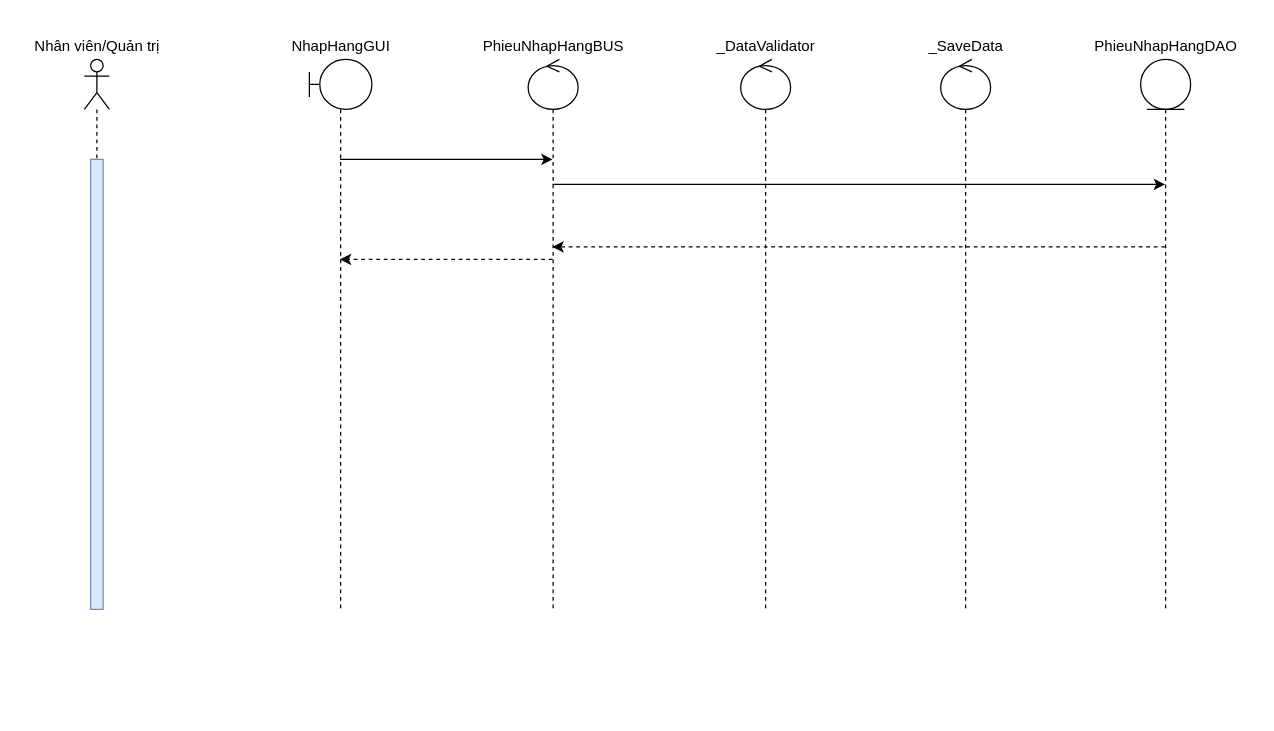
This is Sequence Diagrams/Quang Võ/SD_QuảnLýNhậpHàng.drawio from EdgarIgnite16/OOAD-Project, a draw.io file, before an edit. Source tidied: cells renumbered, new cells numbered last; positions are measured from the earlier drawing's top-left corner, leaving out a move shared by most shapes. Both pictures are drawn from the tidied source at 125%, with x=0, y=0 at pixel (21, 28).
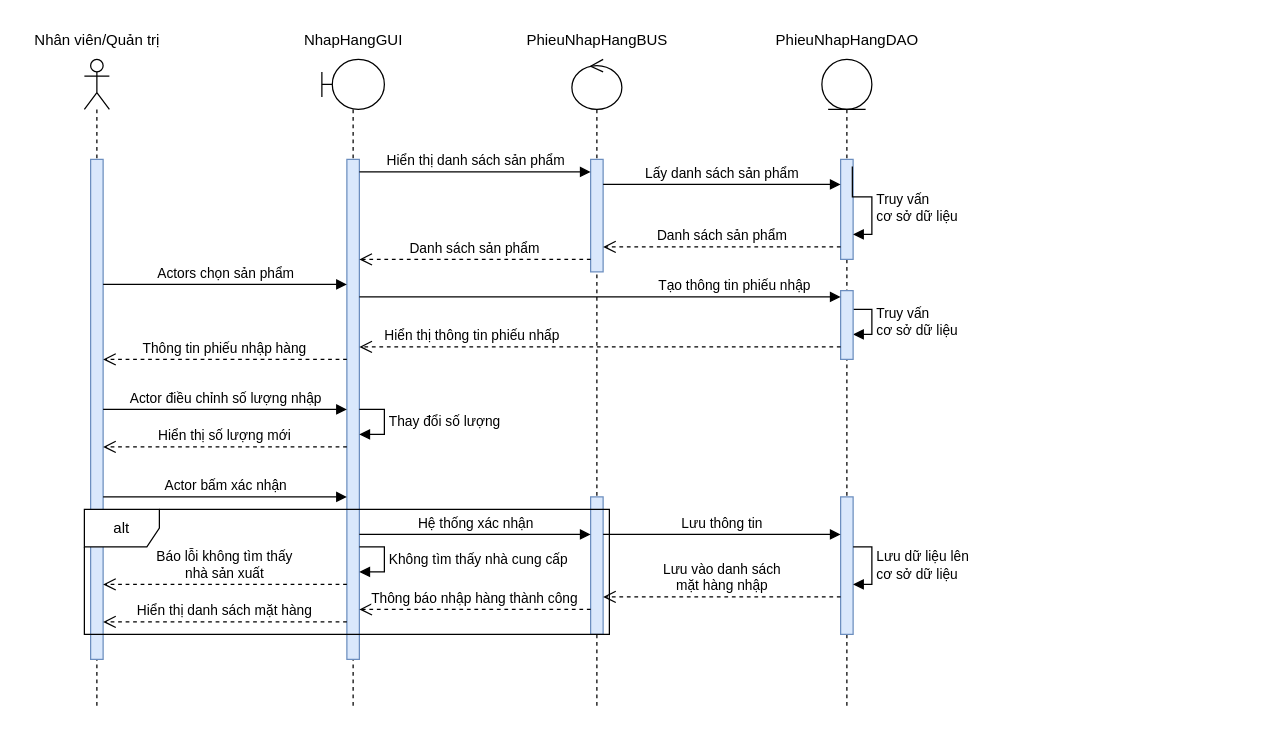
Above is the later version.

Commit message (it also covers changes not shown here):
update phần của the chosen one

Diff of the diagram source:
```diff
@@
     <mxCell id="2" style="shape=umlLifeline;participant=umlActor;perimeter=lifelinePerimeter;whiteSpace=wrap;html=1;verticalAlign=top;spacingTop=36;" parent="1" vertex="1">
-      <mxGeometry x="50" y="25" width="20" height="440" as="geometry" />
+      <mxGeometry x="50" y="25" width="20" height="520" as="geometry" />
     </mxCell>
     <mxCell id="3" style="html=1;points=[];perimeter=orthogonalPerimeter;fillColor=#dae8fc;strokeColor=#6c8ebf;" parent="2" vertex="1">
-      <mxGeometry x="5" y="80" width="10" height="360" as="geometry" />
+      <mxGeometry x="5" y="80" width="10" height="400" as="geometry" />
     </mxCell>
     <mxCell id="4" value="Nhân viên/Quản trị" style="text;html=1;align=center;verticalAlign=middle;strokeColor=none;fillColor=none;" parent="1" vertex="1">
-      <mxGeometry y="5" width="120" height="20" as="geometry" />
+      <mxGeometry width="120" height="20" as="geometry" />
     </mxCell>
     <mxCell id="5" style="shape=umlLifeline;participant=umlBoundary;perimeter=lifelinePerimeter;whiteSpace=wrap;html=1;verticalAlign=top;spacingTop=36;outlineConnect=0;" parent="1" vertex="1">
-      <mxGeometry x="230" y="25" width="50" height="440" as="geometry" />
+      <mxGeometry x="240" y="25" width="50" height="520" as="geometry" />
     </mxCell>
+    <mxCell id="19" style="html=1;points=[];perimeter=orthogonalPerimeter;fillColor=#dae8fc;strokeColor=#6c8ebf;" parent="5" vertex="1">
+      <mxGeometry x="20" y="80" width="10" height="400" as="geometry" />
+    </mxCell>
+    <mxCell id="20" value="Không tìm thấy nhà cung cấp" style="edgeStyle=orthogonalEdgeStyle;html=1;align=left;spacingLeft=2;endArrow=block;rounded=0;" parent="5" edge="1">
+      <mxGeometry relative="1" as="geometry">
+        <mxPoint x="30" y="390" as="sourcePoint" />
+        <mxPoint x="30" y="410" as="targetPoint" />
+        <Array as="points">
+          <mxPoint x="50" y="390" />
+          <mxPoint x="50" y="410" />
+        </Array>
+      </mxGeometry>
+    </mxCell>
+    <mxCell id="21" value="Thay đổi số lượng" style="edgeStyle=orthogonalEdgeStyle;html=1;align=left;spacingLeft=2;endArrow=block;rounded=0;" parent="5" edge="1" source="19" target="19">
+      <mxGeometry relative="1" as="geometry">
+        <Array as="points">
+          <mxPoint x="50" y="280" />
+          <mxPoint x="50" y="300" />
+        </Array>
+      </mxGeometry>
+    </mxCell>
     <mxCell id="6" style="shape=umlLifeline;participant=umlControl;perimeter=lifelinePerimeter;whiteSpace=wrap;html=1;verticalAlign=top;spacingTop=36;outlineConnect=0;" parent="1" vertex="1">
-      <mxGeometry x="405" y="25" width="40" height="440" as="geometry" />
+      <mxGeometry x="440" y="25" width="40" height="520" as="geometry" />
     </mxCell>
+    <mxCell id="22" style="html=1;points=[];perimeter=orthogonalPerimeter;fillColor=#dae8fc;strokeColor=#6c8ebf;" parent="6" vertex="1">
+      <mxGeometry x="15" y="80" width="10" height="90" as="geometry" />
+    </mxCell>
+    <mxCell id="23" style="html=1;points=[];perimeter=orthogonalPerimeter;fillColor=#dae8fc;strokeColor=#6c8ebf;" parent="6" vertex="1">
+      <mxGeometry x="15" y="350" width="10" height="110" as="geometry" />
+    </mxCell>
     <mxCell id="7" value="NhapHangGUI" style="text;html=1;align=center;verticalAlign=middle;strokeColor=none;fillColor=none;" parent="1" vertex="1">
-      <mxGeometry x="205" width="100" height="30" as="geometry" />
+      <mxGeometry x="215" y="-5" width="100" height="30" as="geometry" />
     </mxCell>
     <mxCell id="8" value="PhieuNhapHangBUS" style="text;html=1;align=center;verticalAlign=middle;strokeColor=none;fillColor=none;" parent="1" vertex="1">
-      <mxGeometry x="355" width="140" height="30" as="geometry" />
+      <mxGeometry x="390" y="-5" width="140" height="30" as="geometry" />
     </mxCell>
-    <mxCell id="9" value="_SaveData" style="text;html=1;align=center;verticalAlign=middle;strokeColor=none;fillColor=none;" parent="1" vertex="1">
-      <mxGeometry x="720" y="5" width="70" height="20" as="geometry" />
-    </mxCell>
-    <mxCell id="10" style="shape=umlLifeline;participant=umlControl;perimeter=lifelinePerimeter;whiteSpace=wrap;html=1;verticalAlign=top;spacingTop=36;" parent="1" vertex="1">
-      <mxGeometry x="575" y="25" width="40" height="440" as="geometry" />
-    </mxCell>
-    <mxCell id="11" value="_DataValidator" style="text;html=1;align=center;verticalAlign=middle;strokeColor=none;fillColor=none;" parent="1" vertex="1">
-      <mxGeometry x="550" y="5" width="90" height="20" as="geometry" />
-    </mxCell>
     <mxCell id="12" style="shape=umlLifeline;participant=umlEntity;perimeter=lifelinePerimeter;whiteSpace=wrap;html=1;verticalAlign=top;spacingTop=36;outlineConnect=0;" parent="1" vertex="1">
-      <mxGeometry x="895" y="25" width="40" height="440" as="geometry" />
+      <mxGeometry x="640" y="25" width="40" height="520" as="geometry" />
     </mxCell>
+    <mxCell id="24" style="html=1;points=[];perimeter=orthogonalPerimeter;fillColor=#dae8fc;strokeColor=#6c8ebf;" parent="12" vertex="1">
+      <mxGeometry x="15" y="80" width="10" height="80" as="geometry" />
+    </mxCell>
+    <mxCell id="25" value="Truy vấn&lt;br&gt;cơ sở dữ liệu" style="edgeStyle=orthogonalEdgeStyle;html=1;align=left;spacingLeft=2;endArrow=block;rounded=0;exitX=0.936;exitY=0.071;exitDx=0;exitDy=0;exitPerimeter=0;" parent="12" edge="1" source="24" target="24">
+      <mxGeometry x="0.16" relative="1" as="geometry">
+        <Array as="points">
+          <mxPoint x="24" y="110" />
+          <mxPoint x="40" y="110" />
+          <mxPoint x="40" y="140" />
+        </Array>
+      </mxGeometry>
+    </mxCell>
+    <mxCell id="26" value="Truy vấn&lt;br&gt;cơ sở dữ liệu" style="edgeStyle=orthogonalEdgeStyle;html=1;align=left;spacingLeft=2;endArrow=block;rounded=0;" parent="12" edge="1" source="27" target="27">
+      <mxGeometry relative="1" as="geometry">
+        <Array as="points">
+          <mxPoint x="40" y="200" />
+          <mxPoint x="40" y="220" />
+        </Array>
+      </mxGeometry>
+    </mxCell>
+    <mxCell id="27" style="html=1;points=[];perimeter=orthogonalPerimeter;fillColor=#dae8fc;strokeColor=#6c8ebf;" parent="12" vertex="1">
+      <mxGeometry x="15" y="185" width="10" height="55" as="geometry" />
+    </mxCell>
+    <mxCell id="28" style="html=1;points=[];perimeter=orthogonalPerimeter;fillColor=#dae8fc;strokeColor=#6c8ebf;" parent="12" vertex="1">
+      <mxGeometry x="15" y="350" width="10" height="110" as="geometry" />
+    </mxCell>
+    <mxCell id="29" value="Lưu dữ liệu lên&lt;br&gt;cơ sở dữ liệu" style="edgeStyle=orthogonalEdgeStyle;html=1;align=left;spacingLeft=2;endArrow=block;rounded=0;" parent="12" edge="1" source="28" target="28">
+      <mxGeometry relative="1" as="geometry">
+        <Array as="points">
+          <mxPoint x="40" y="390" />
+          <mxPoint x="40" y="420" />
+        </Array>
+      </mxGeometry>
+    </mxCell>
     <mxCell id="13" value="PhieuNhapHangDAO" style="text;html=1;align=center;verticalAlign=middle;strokeColor=none;fillColor=none;" parent="1" vertex="1">
-      <mxGeometry x="845" width="140" height="30" as="geometry" />
+      <mxGeometry x="590" y="-5" width="140" height="30" as="geometry" />
     </mxCell>
-    <mxCell id="14" style="shape=umlLifeline;participant=umlControl;perimeter=lifelinePerimeter;whiteSpace=wrap;html=1;verticalAlign=top;spacingTop=36;" parent="1" vertex="1">
-      <mxGeometry x="735" y="25" width="40" height="440" as="geometry" />
-    </mxCell>
-    <mxCell id="15" style="edgeStyle=orthogonalEdgeStyle;rounded=0;jettySize=auto;html=1;" parent="1" edge="1" source="5" target="6">
-      <mxGeometry relative="1" as="geometry">
-        <Array as="points">
-          <mxPoint x="390" y="105" />
-          <mxPoint x="390" y="105" />
-        </Array>
-      </mxGeometry>
-    </mxCell>
-    <mxCell id="16" style="endArrow=classic;html=1;rounded=0;" parent="1" edge="1" source="6" target="12">
-      <mxGeometry relative="1" as="geometry">
-        <Array as="points">
-          <mxPoint x="660" y="125" />
-        </Array>
-      </mxGeometry>
-    </mxCell>
-    <mxCell id="17" style="endArrow=classic;html=1;rounded=0;dashed=1;" parent="1" edge="1" source="12" target="6">
-      <mxGeometry relative="1" as="geometry">
-        <Array as="points">
-          <mxPoint x="680" y="175" />
-        </Array>
-      </mxGeometry>
-    </mxCell>
-    <mxCell id="18" style="edgeStyle=orthogonalEdgeStyle;rounded=0;jettySize=auto;html=1;dashed=1;" parent="1" edge="1" source="6" target="5">
-      <mxGeometry relative="1" as="geometry">
-        <Array as="points">
-          <mxPoint x="350" y="185" />
-          <mxPoint x="350" y="185" />
-        </Array>
-      </mxGeometry>
-    </mxCell>
+    <mxCell id="30" value="Actors chọn sản phẩm" style="html=1;verticalAlign=bottom;endArrow=block;rounded=0;" parent="1" edge="1" source="3" target="19">
+      <mxGeometry relative="1" as="geometry">
+        <Array as="points">
+          <mxPoint x="170" y="205" />
+        </Array>
+      </mxGeometry>
+    </mxCell>
+    <mxCell id="31" value="Hiển thị danh sách sản phẩm" style="html=1;verticalAlign=bottom;endArrow=block;rounded=0;" parent="1" edge="1" source="19" target="22">
+      <mxGeometry relative="1" as="geometry">
+        <Array as="points">
+          <mxPoint x="360" y="115" />
+        </Array>
+      </mxGeometry>
+    </mxCell>
+    <mxCell id="32" value="Lấy danh sách sản phẩm" style="html=1;verticalAlign=bottom;endArrow=block;rounded=0;" parent="1" edge="1" source="22" target="24">
+      <mxGeometry relative="1" as="geometry">
+        <Array as="points">
+          <mxPoint x="550" y="125" />
+        </Array>
+      </mxGeometry>
+    </mxCell>
+    <mxCell id="33" value="Danh sách sản phẩm" style="html=1;verticalAlign=bottom;endArrow=open;dashed=1;endSize=8;rounded=0;" parent="1" edge="1" source="24" target="22">
+      <mxGeometry relative="1" as="geometry">
+        <Array as="points">
+          <mxPoint x="580" y="175" />
+        </Array>
+      </mxGeometry>
+    </mxCell>
+    <mxCell id="34" value="Danh sách sản phẩm" style="html=1;verticalAlign=bottom;endArrow=open;dashed=1;endSize=8;rounded=0;" parent="1" edge="1" source="22" target="19">
+      <mxGeometry relative="1" as="geometry">
+        <Array as="points">
+          <mxPoint x="370" y="185" />
+        </Array>
+      </mxGeometry>
+    </mxCell>
+    <mxCell id="35" value="Tạo thông tin phiếu nhập" style="html=1;verticalAlign=bottom;endArrow=block;rounded=0;" parent="1" edge="1" source="19" target="27">
+      <mxGeometry x="0.56" relative="1" as="geometry">
+        <Array as="points">
+          <mxPoint x="550" y="215" />
+        </Array>
+      </mxGeometry>
+    </mxCell>
+    <mxCell id="36" value="Hiển thị thông tin phiếu nhấp" style="html=1;verticalAlign=bottom;endArrow=open;dashed=1;endSize=8;rounded=0;" parent="1" edge="1" source="27" target="19">
+      <mxGeometry x="0.53" relative="1" as="geometry">
+        <Array as="points">
+          <mxPoint x="480" y="255" />
+        </Array>
+      </mxGeometry>
+    </mxCell>
+    <mxCell id="37" value="alt" style="shape=umlFrame;whiteSpace=wrap;html=1;" parent="1" vertex="1">
+      <mxGeometry x="50" y="385" width="420" height="100" as="geometry" />
+    </mxCell>
+    <mxCell id="38" value="Actor bấm xác nhận" style="html=1;verticalAlign=bottom;endArrow=block;rounded=0;" parent="1" edge="1">
+      <mxGeometry relative="1" as="geometry">
+        <mxPoint x="65" y="375" as="sourcePoint" />
+        <mxPoint x="260" y="375" as="targetPoint" />
+        <Array as="points">
+          <mxPoint x="160" y="375" />
+        </Array>
+      </mxGeometry>
+    </mxCell>
+    <mxCell id="39" value="Hệ thống xác nhận" style="html=1;verticalAlign=bottom;endArrow=block;rounded=0;" parent="1" edge="1" target="23">
+      <mxGeometry relative="1" as="geometry">
+        <mxPoint x="270" y="405" as="sourcePoint" />
+        <Array as="points">
+          <mxPoint x="360" y="405" />
+        </Array>
+      </mxGeometry>
+    </mxCell>
+    <mxCell id="40" value="Lưu thông tin" style="html=1;verticalAlign=bottom;endArrow=block;rounded=0;" parent="1" edge="1" source="23" target="28">
+      <mxGeometry relative="1" as="geometry">
+        <Array as="points">
+          <mxPoint x="560" y="405" />
+        </Array>
+      </mxGeometry>
+    </mxCell>
+    <mxCell id="41" value="Lưu vào danh sách&lt;br&gt;mặt hàng nhập" style="html=1;verticalAlign=bottom;endArrow=open;dashed=1;endSize=8;rounded=0;" parent="1" edge="1" source="28" target="23">
+      <mxGeometry relative="1" as="geometry">
+        <Array as="points">
+          <mxPoint x="560" y="455" />
+        </Array>
+      </mxGeometry>
+    </mxCell>
+    <mxCell id="42" value="Báo lỗi không tìm thấy&lt;br&gt;nhà sản xuất" style="html=1;verticalAlign=bottom;endArrow=open;dashed=1;endSize=8;rounded=0;" parent="1" edge="1">
+      <mxGeometry relative="1" as="geometry">
+        <mxPoint x="260" y="445" as="sourcePoint" />
+        <mxPoint x="65" y="445" as="targetPoint" />
+        <Array as="points">
+          <mxPoint x="180" y="445" />
+        </Array>
+      </mxGeometry>
+    </mxCell>
+    <mxCell id="43" value="Thông báo nhập hàng thành công" style="html=1;verticalAlign=bottom;endArrow=open;dashed=1;endSize=8;rounded=0;" parent="1" edge="1" source="23">
+      <mxGeometry relative="1" as="geometry">
+        <mxPoint x="270" y="465" as="targetPoint" />
+        <Array as="points">
+          <mxPoint x="370" y="465" />
+        </Array>
+      </mxGeometry>
+    </mxCell>
+    <mxCell id="44" value="Hiển thị danh sách mặt hàng" style="html=1;verticalAlign=bottom;endArrow=open;dashed=1;endSize=8;rounded=0;" parent="1" edge="1">
+      <mxGeometry relative="1" as="geometry">
+        <mxPoint x="260" y="475" as="sourcePoint" />
+        <mxPoint x="65" y="475" as="targetPoint" />
+        <Array as="points">
+          <mxPoint x="220" y="475" />
+          <mxPoint x="180" y="475" />
+        </Array>
+      </mxGeometry>
+    </mxCell>
+    <mxCell id="45" value="Thông tin phiếu nhập hàng" style="html=1;verticalAlign=bottom;endArrow=open;dashed=1;endSize=8;rounded=0;" parent="1" edge="1" source="19" target="3">
+      <mxGeometry relative="1" as="geometry">
+        <Array as="points">
+          <mxPoint x="180" y="265" />
+        </Array>
+      </mxGeometry>
+    </mxCell>
+    <mxCell id="46" value="Actor điều chỉnh số lượng nhập" style="html=1;verticalAlign=bottom;endArrow=block;rounded=0;" parent="1" edge="1" source="3" target="19">
+      <mxGeometry relative="1" as="geometry">
+        <Array as="points">
+          <mxPoint x="170" y="305" />
+        </Array>
+      </mxGeometry>
+    </mxCell>
+    <mxCell id="47" value="Hiển thị số lượng mới" style="html=1;verticalAlign=bottom;endArrow=open;dashed=1;endSize=8;rounded=0;" parent="1" edge="1" source="19" target="3">
+      <mxGeometry relative="1" as="geometry">
+        <Array as="points">
+          <mxPoint x="160" y="335" />
+        </Array>
+      </mxGeometry>
+    </mxCell>
```
